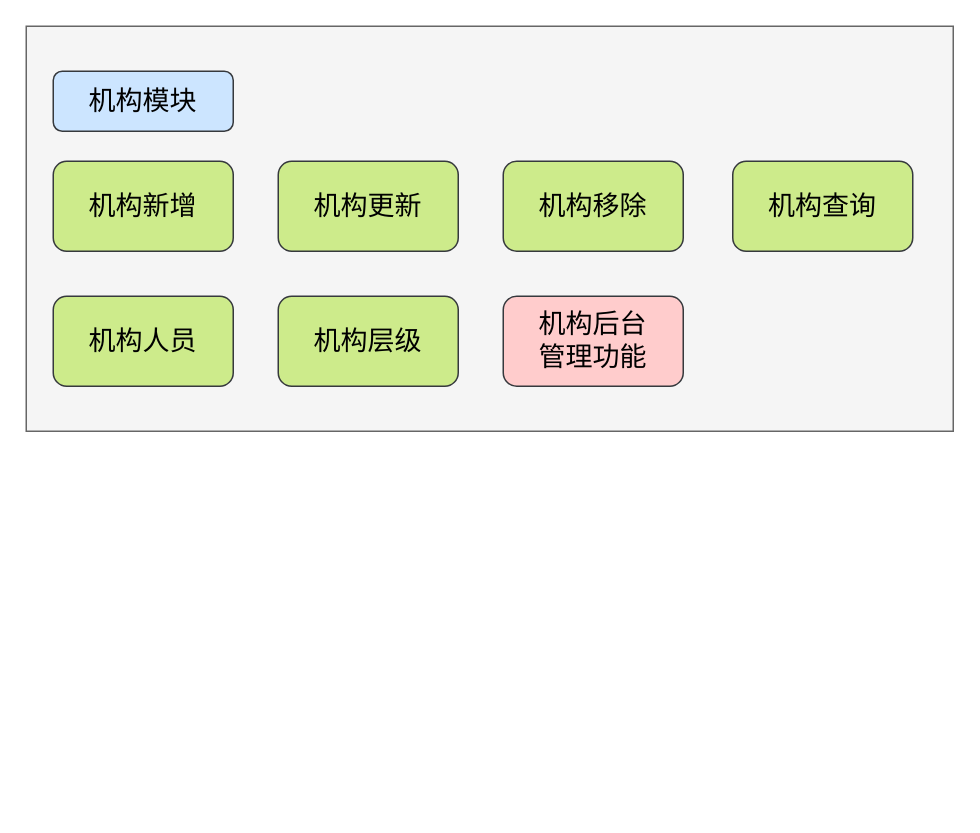
This is jbh/淑乐功能拆解.drawio from GitHeP/diagrams, a draw.io file, before an edit. Source tidied: cells renumbered, new cells numbered last; positions are measured from the earlier drawing's top-left corner, leaving out a move shared by most shapes. Both pictures are drawn from the tidied source at 150%, with x=0, y=0 at pixel (26, 26).
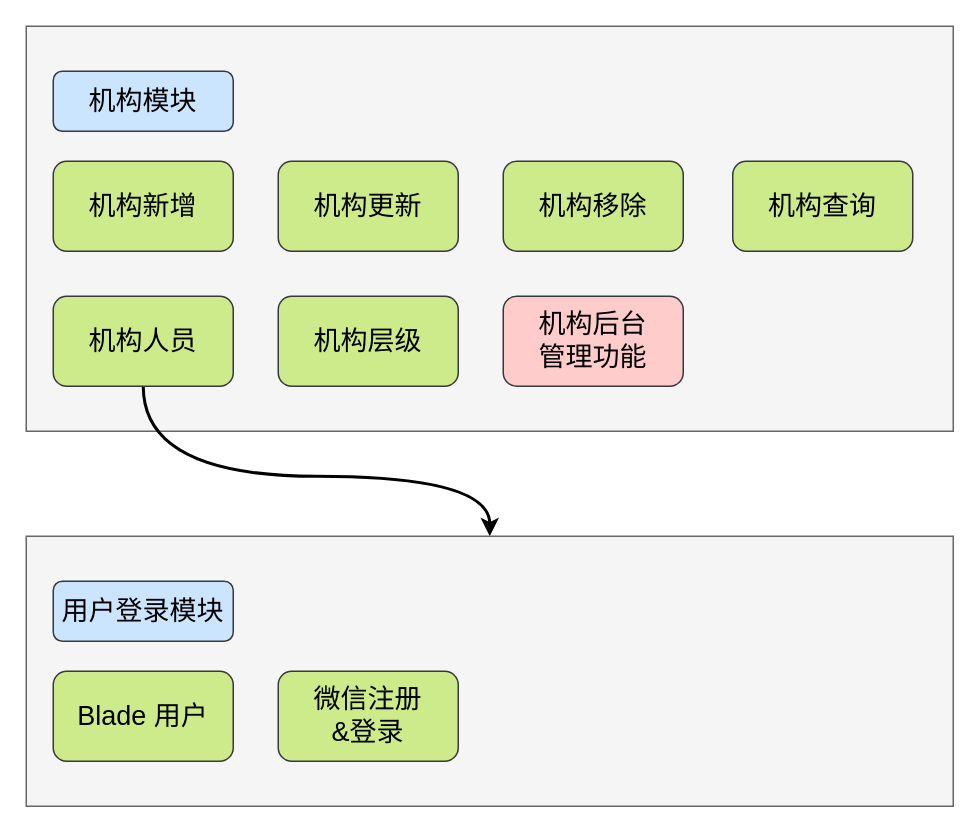
The same page after the edit.

Commit message (it also covers changes not shown here):
更新淑乐功能拆解.drawio

Diff of the diagram source:
```diff
@@
 <mxGraphModel>
   <root>
     <mxCell id="0" />
     <mxCell id="1" parent="0" />
     <mxCell id="2" style="rounded=0;whiteSpace=wrap;html=1;fillColor=#f5f5f5;fontColor=#333333;strokeColor=#666666;" parent="1" vertex="1">
       <mxGeometry width="618" height="270" as="geometry" />
     </mxCell>
     <mxCell id="3" value="&lt;font style=&quot;font-size: 18px;&quot;&gt;机构新增&lt;/font&gt;" style="rounded=1;whiteSpace=wrap;html=1;fillColor=#cdeb8b;strokeColor=#36393d;" parent="1" vertex="1">
       <mxGeometry x="18" y="90" width="120" height="60" as="geometry" />
     </mxCell>
     <mxCell id="4" value="&lt;font style=&quot;font-size: 18px;&quot;&gt;机构更新&lt;/font&gt;" style="rounded=1;whiteSpace=wrap;html=1;fillColor=#cdeb8b;strokeColor=#36393d;" parent="1" vertex="1">
       <mxGeometry x="168" y="90" width="120" height="60" as="geometry" />
     </mxCell>
     <mxCell id="5" value="&lt;font style=&quot;font-size: 18px;&quot;&gt;机构移除&lt;/font&gt;" style="rounded=1;whiteSpace=wrap;html=1;fillColor=#cdeb8b;strokeColor=#36393d;" parent="1" vertex="1">
       <mxGeometry x="318" y="90" width="120" height="60" as="geometry" />
     </mxCell>
     <mxCell id="6" value="&lt;font style=&quot;font-size: 18px;&quot;&gt;机构查询&lt;/font&gt;" style="rounded=1;whiteSpace=wrap;html=1;fillColor=#cdeb8b;strokeColor=#36393d;" parent="1" vertex="1">
       <mxGeometry x="471" y="90" width="120" height="60" as="geometry" />
     </mxCell>
     <mxCell id="7" value="&lt;font style=&quot;font-size: 18px;&quot;&gt;机构层级&lt;/font&gt;" style="rounded=1;whiteSpace=wrap;html=1;fillColor=#cdeb8b;strokeColor=#36393d;" parent="1" vertex="1">
       <mxGeometry x="168" y="180" width="120" height="60" as="geometry" />
     </mxCell>
+    <mxCell id="11" style="edgeStyle=orthogonalEdgeStyle;jettySize=auto;html=1;fontSize=18;curved=1;strokeWidth=2;" parent="1" edge="1" source="8" target="12">
+      <mxGeometry relative="1" as="geometry">
+        <Array as="points">
+          <mxPoint x="78" y="300" />
+          <mxPoint x="309" y="300" />
+        </Array>
+      </mxGeometry>
+    </mxCell>
     <mxCell id="8" value="&lt;font style=&quot;font-size: 18px;&quot;&gt;机构人员&lt;/font&gt;" style="rounded=1;whiteSpace=wrap;html=1;fillColor=#cdeb8b;strokeColor=#36393d;" parent="1" vertex="1">
       <mxGeometry x="18" y="180" width="120" height="60" as="geometry" />
     </mxCell>
     <mxCell id="9" value="&lt;font style=&quot;font-size: 18px;&quot;&gt;机构模块&lt;/font&gt;" style="rounded=1;whiteSpace=wrap;html=1;fillColor=#cce5ff;strokeColor=#36393d;" parent="1" vertex="1">
       <mxGeometry x="18" y="30" width="120" height="40" as="geometry" />
     </mxCell>
     <mxCell id="10" value="&lt;font style=&quot;font-size: 18px;&quot;&gt;机构后台&lt;br&gt;管理功能&lt;/font&gt;" style="rounded=1;whiteSpace=wrap;html=1;fillColor=#ffcccc;strokeColor=#36393d;" parent="1" vertex="1">
       <mxGeometry x="318" y="180" width="120" height="60" as="geometry" />
     </mxCell>
+    <mxCell id="12" style="rounded=0;whiteSpace=wrap;html=1;fillColor=#f5f5f5;fontColor=#333333;strokeColor=#666666;" parent="1" vertex="1">
+      <mxGeometry y="340" width="618" height="180" as="geometry" />
+    </mxCell>
+    <mxCell id="13" value="&lt;span style=&quot;font-size: 18px;&quot;&gt;Blade 用户&lt;/span&gt;" style="rounded=1;whiteSpace=wrap;html=1;fillColor=#cdeb8b;strokeColor=#36393d;" parent="1" vertex="1">
+      <mxGeometry x="18" y="430" width="120" height="60" as="geometry" />
+    </mxCell>
+    <mxCell id="14" value="&lt;font style=&quot;font-size: 18px;&quot;&gt;微信注册&lt;br&gt;&amp;amp;登录&lt;/font&gt;" style="rounded=1;whiteSpace=wrap;html=1;fillColor=#cdeb8b;strokeColor=#36393d;" parent="1" vertex="1">
+      <mxGeometry x="168" y="430" width="120" height="60" as="geometry" />
+    </mxCell>
+    <mxCell id="15" value="&lt;font style=&quot;font-size: 18px;&quot;&gt;用户登录模块&lt;/font&gt;" style="rounded=1;whiteSpace=wrap;html=1;fillColor=#cce5ff;strokeColor=#36393d;" parent="1" vertex="1">
+      <mxGeometry x="18" y="370" width="120" height="40" as="geometry" />
+    </mxCell>
   </root>
 </mxGraphModel>
```
